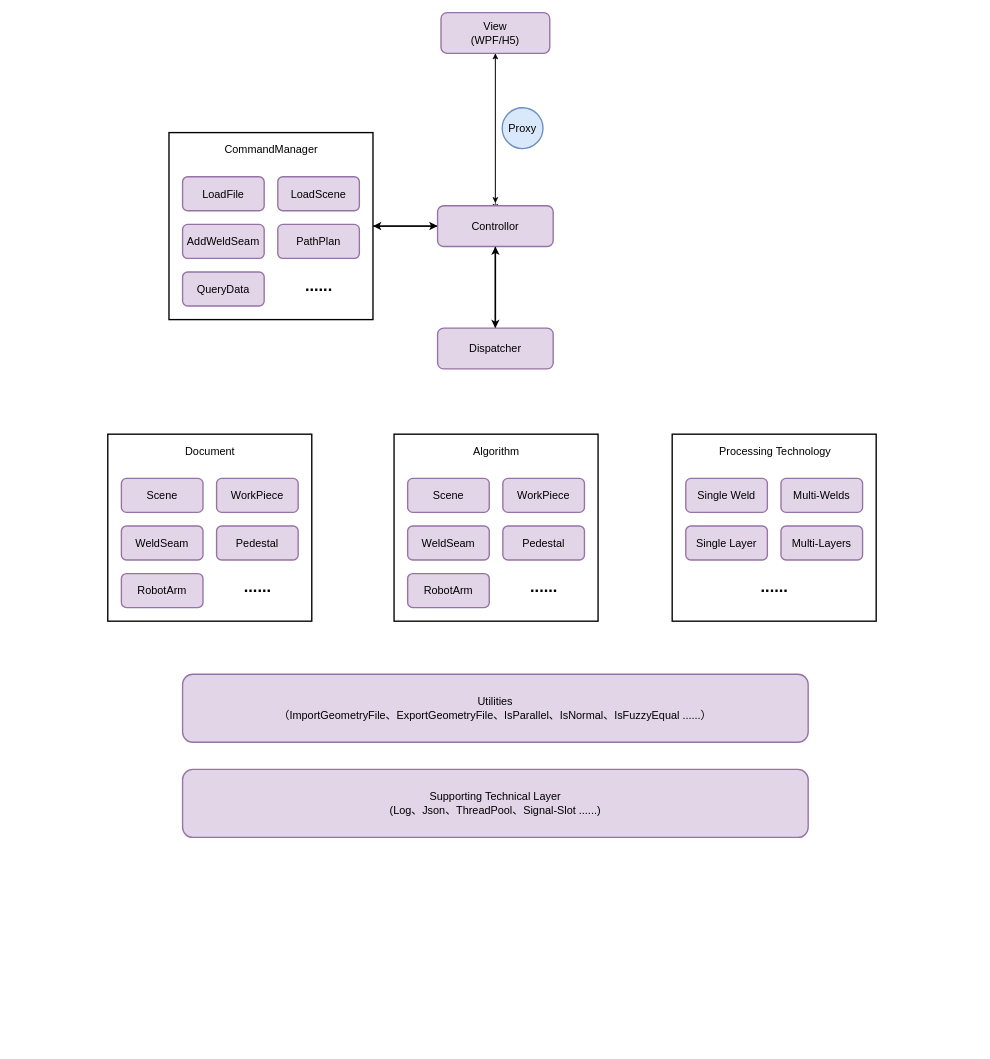
TsinHC/ebook keeps this draw.io diagram as 未命名绘图.drawio. Above is the earlier version. Source tidied: cells renumbered, new cells numbered last; positions are measured from the earlier drawing's top-left corner, leaving out a move shared by most shapes. Both pictures are drawn from the tidied source at 68%, with x=0, y=0 at pixel (107, 12).
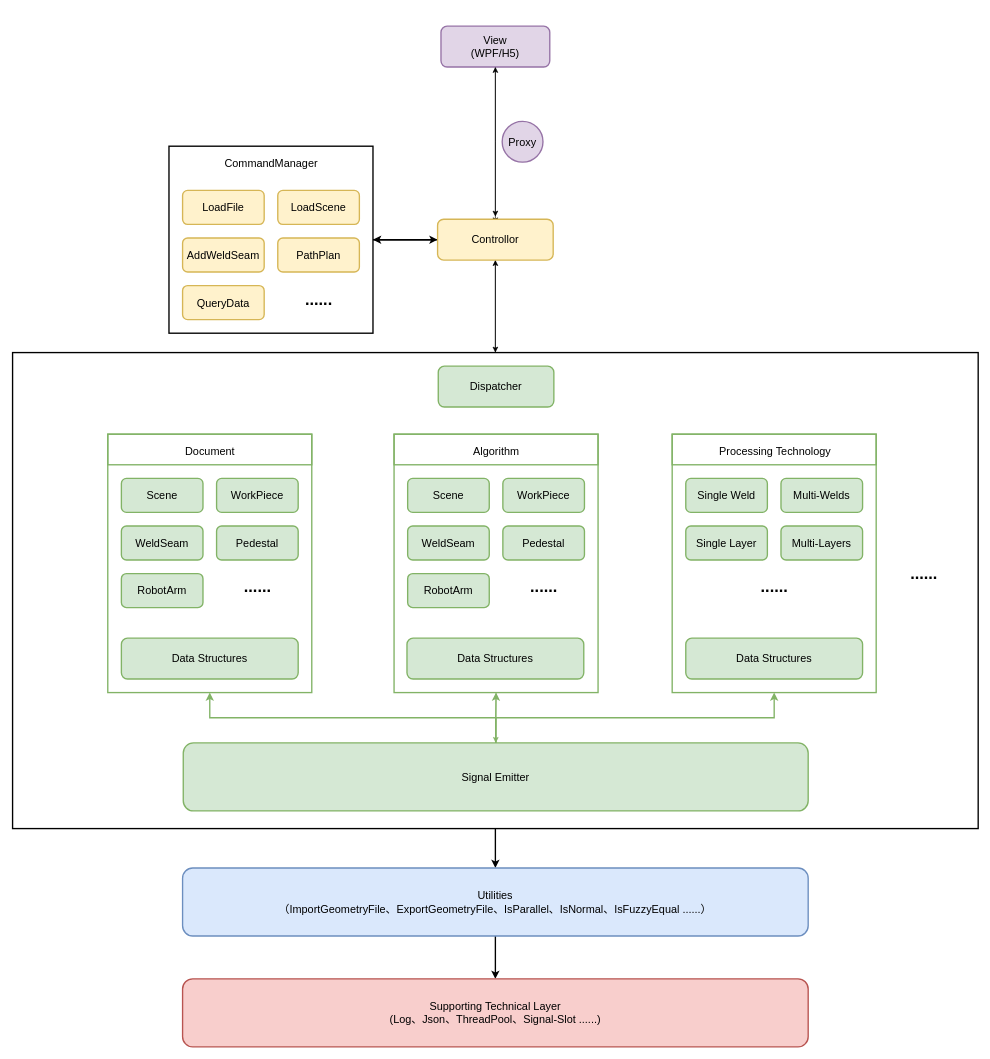
Above is the later version.

Commit message (it also covers changes not shown here):
更新未命名绘图.drawio

What changed in the source:
```diff
@@
+    <mxCell id="46" style="edgeStyle=orthogonalEdgeStyle;rounded=0;jettySize=auto;html=1;entryX=0.5;entryY=1;entryDx=0;entryDy=0;" parent="1" edge="1" source="48" target="10">
+      <mxGeometry relative="1" as="geometry" />
+    </mxCell>
+    <mxCell id="47" style="edgeStyle=orthogonalEdgeStyle;rounded=0;jettySize=auto;html=1;entryX=0.5;entryY=0;entryDx=0;entryDy=0;strokeWidth=2;" parent="1" edge="1" source="48" target="37">
+      <mxGeometry relative="1" as="geometry" />
+    </mxCell>
+    <mxCell id="48" style="rounded=0;whiteSpace=wrap;html=1;fillColor=none;strokeWidth=2;" parent="1" vertex="1">
+      <mxGeometry x="-140" y="500" width="1420" height="700" as="geometry" />
+    </mxCell>
@@
     <mxCell id="3" style="rounded=0;whiteSpace=wrap;html=1;fillColor=none;strokeWidth=2;" parent="1" vertex="1">
-      <mxGeometry x="90" y="176.5" width="300" height="275" as="geometry" />
+      <mxGeometry x="90" y="196.5" width="300" height="275" as="geometry" />
     </mxCell>
     <mxCell id="4" style="edgeStyle=orthogonalEdgeStyle;rounded=0;jettySize=auto;html=1;" parent="1" edge="1" source="5">
       <mxGeometry relative="1" as="geometry">
-        <mxPoint x="570" y="280" as="targetPoint" />
+        <mxPoint x="570" y="300" as="targetPoint" />
       </mxGeometry>
     </mxCell>
     <mxCell id="5" value="&lt;font style=&quot;font-size: 16px;&quot;&gt;View&lt;br&gt;(WPF/H5)&lt;/font&gt;" style="rounded=1;whiteSpace=wrap;html=1;fillColor=#e1d5e7;strokeColor=#9673a6;strokeWidth=2;" parent="1" vertex="1">
-      <mxGeometry x="490" width="160" height="60" as="geometry" />
+      <mxGeometry x="490" y="20" width="160" height="60" as="geometry" />
     </mxCell>
@@
-    <mxCell id="7" style="edgeStyle=orthogonalEdgeStyle;rounded=0;jettySize=auto;html=1;entryX=0.5;entryY=0;entryDx=0;entryDy=0;strokeWidth=2;" parent="1" edge="1" source="10" target="18">
-      <mxGeometry relative="1" as="geometry" />
-    </mxCell>
     <mxCell id="8" style="edgeStyle=orthogonalEdgeStyle;rounded=0;jettySize=auto;html=1;exitX=0.5;exitY=0;exitDx=0;exitDy=0;" parent="1" edge="1" source="10">
       <mxGeometry relative="1" as="geometry">
-        <mxPoint x="570" y="290" as="targetPoint" />
+        <mxPoint x="570" y="310" as="targetPoint" />
       </mxGeometry>
     </mxCell>
@@
+    <mxCell id="49" style="edgeStyle=orthogonalEdgeStyle;rounded=0;jettySize=auto;html=1;" parent="1" edge="1" source="10" target="48">
+      <mxGeometry relative="1" as="geometry" />
+    </mxCell>
-    <mxCell id="10" value="&lt;font style=&quot;&quot;&gt;&lt;font style=&quot;font-size: 16px;&quot;&gt;Controllor&lt;/font&gt;&lt;br&gt;&lt;/font&gt;" style="rounded=1;whiteSpace=wrap;html=1;fillColor=#e1d5e7;strokeColor=#9673a6;strokeWidth=2;" parent="1" vertex="1">
-      <mxGeometry x="485" y="284" width="170" height="60" as="geometry" />
+    <mxCell id="10" value="&lt;font style=&quot;&quot;&gt;&lt;font style=&quot;font-size: 16px;&quot;&gt;Controllor&lt;/font&gt;&lt;br&gt;&lt;/font&gt;" style="rounded=1;whiteSpace=wrap;html=1;fillColor=#fff2cc;strokeColor=#d6b656;strokeWidth=2;" parent="1" vertex="1">
+      <mxGeometry x="485" y="304" width="170" height="60" as="geometry" />
     </mxCell>
-    <mxCell id="11" value="&lt;font style=&quot;font-size: 16px;&quot;&gt;LoadFile&lt;/font&gt;" style="rounded=1;whiteSpace=wrap;html=1;fillColor=#e1d5e7;strokeColor=#9673a6;strokeWidth=2;" parent="1" vertex="1">
-      <mxGeometry x="110" y="241.5" width="120" height="50" as="geometry" />
+    <mxCell id="11" value="&lt;font style=&quot;font-size: 16px;&quot;&gt;LoadFile&lt;/font&gt;" style="rounded=1;whiteSpace=wrap;html=1;fillColor=#fff2cc;strokeColor=#d6b656;strokeWidth=2;" parent="1" vertex="1">
+      <mxGeometry x="110" y="261.5" width="120" height="50" as="geometry" />
     </mxCell>
-    <mxCell id="12" value="&lt;font style=&quot;font-size: 16px;&quot;&gt;LoadScene&lt;/font&gt;" style="rounded=1;whiteSpace=wrap;html=1;fillColor=#e1d5e7;strokeColor=#9673a6;strokeWidth=2;" parent="1" vertex="1">
-      <mxGeometry x="250" y="241.5" width="120" height="50" as="geometry" />
+    <mxCell id="12" value="&lt;font style=&quot;font-size: 16px;&quot;&gt;LoadScene&lt;/font&gt;" style="rounded=1;whiteSpace=wrap;html=1;fillColor=#fff2cc;strokeColor=#d6b656;strokeWidth=2;" parent="1" vertex="1">
+      <mxGeometry x="250" y="261.5" width="120" height="50" as="geometry" />
     </mxCell>
-    <mxCell id="13" value="&lt;font style=&quot;font-size: 16px;&quot;&gt;AddWeldSeam&lt;/font&gt;" style="rounded=1;whiteSpace=wrap;html=1;fillColor=#e1d5e7;strokeColor=#9673a6;strokeWidth=2;" parent="1" vertex="1">
-      <mxGeometry x="110" y="311.5" width="120" height="50" as="geometry" />
+    <mxCell id="13" value="&lt;font style=&quot;font-size: 16px;&quot;&gt;AddWeldSeam&lt;/font&gt;" style="rounded=1;whiteSpace=wrap;html=1;fillColor=#fff2cc;strokeColor=#d6b656;strokeWidth=2;" parent="1" vertex="1">
+      <mxGeometry x="110" y="331.5" width="120" height="50" as="geometry" />
     </mxCell>
-    <mxCell id="14" value="&lt;font style=&quot;font-size: 16px;&quot;&gt;PathPlan&lt;/font&gt;" style="rounded=1;whiteSpace=wrap;html=1;fillColor=#e1d5e7;strokeColor=#9673a6;strokeWidth=2;" parent="1" vertex="1">
-      <mxGeometry x="250" y="311.5" width="120" height="50" as="geometry" />
+    <mxCell id="14" value="&lt;font style=&quot;font-size: 16px;&quot;&gt;PathPlan&lt;/font&gt;" style="rounded=1;whiteSpace=wrap;html=1;fillColor=#fff2cc;strokeColor=#d6b656;strokeWidth=2;" parent="1" vertex="1">
+      <mxGeometry x="250" y="331.5" width="120" height="50" as="geometry" />
     </mxCell>
-    <mxCell id="15" value="&lt;font style=&quot;font-size: 16px;&quot;&gt;QueryData&lt;/font&gt;" style="rounded=1;whiteSpace=wrap;html=1;fillColor=#e1d5e7;strokeColor=#9673a6;strokeWidth=2;" parent="1" vertex="1">
-      <mxGeometry x="110" y="381.5" width="120" height="50" as="geometry" />
+    <mxCell id="15" value="&lt;font style=&quot;font-size: 16px;&quot;&gt;QueryData&lt;/font&gt;" style="rounded=1;whiteSpace=wrap;html=1;fillColor=#fff2cc;strokeColor=#d6b656;strokeWidth=2;" parent="1" vertex="1">
+      <mxGeometry x="110" y="401.5" width="120" height="50" as="geometry" />
     </mxCell>
     <mxCell id="16" value="......" style="text;strokeColor=none;fillColor=none;html=1;fontSize=24;fontStyle=1;verticalAlign=middle;align=center;strokeWidth=2;" parent="1" vertex="1">
-      <mxGeometry x="260" y="381.5" width="100" height="40" as="geometry" />
+      <mxGeometry x="260" y="401.5" width="100" height="40" as="geometry" />
     </mxCell>
-    <mxCell id="17" style="edgeStyle=orthogonalEdgeStyle;rounded=0;jettySize=auto;html=1;exitX=0.5;exitY=0;exitDx=0;exitDy=0;entryX=0.5;entryY=1;entryDx=0;entryDy=0;strokeWidth=2;" parent="1" edge="1" source="18" target="10">
-      <mxGeometry relative="1" as="geometry" />
-    </mxCell>
-    <mxCell id="18" value="&lt;font style=&quot;font-size: 16px;&quot;&gt;Dispatcher&lt;/font&gt;" style="rounded=1;whiteSpace=wrap;html=1;fillColor=#e1d5e7;strokeColor=#9673a6;strokeWidth=2;" parent="1" vertex="1">
-      <mxGeometry x="485" y="464" width="170" height="60" as="geometry" />
+    <mxCell id="18" value="&lt;font style=&quot;font-size: 16px;&quot;&gt;Dispatcher&lt;/font&gt;" style="rounded=1;whiteSpace=wrap;html=1;fillColor=#d5e8d4;strokeColor=#82b366;strokeWidth=2;" parent="1" vertex="1">
+      <mxGeometry x="486" y="520" width="170" height="60" as="geometry" />
     </mxCell>
     <mxCell id="19" value="&lt;span style=&quot;font-weight: normal;&quot;&gt;&lt;font style=&quot;font-size: 16px;&quot;&gt;CommandManager&lt;/font&gt;&lt;/span&gt;" style="text;strokeColor=none;fillColor=none;html=1;fontSize=24;fontStyle=1;verticalAlign=middle;align=center;strokeWidth=2;" parent="1" vertex="1">
-      <mxGeometry x="90" y="176.5" width="300" height="45" as="geometry" />
+      <mxGeometry x="90" y="196.5" width="300" height="45" as="geometry" />
     </mxCell>
-    <mxCell id="20" value="&lt;font style=&quot;font-size: 16px;&quot;&gt;Proxy&lt;/font&gt;" style="ellipse;whiteSpace=wrap;html=1;fillColor=#dae8fc;strokeColor=#6c8ebf;strokeWidth=2;" parent="1" vertex="1">
-      <mxGeometry x="580" y="140" width="60" height="60" as="geometry" />
+    <mxCell id="20" value="&lt;font style=&quot;font-size: 16px;&quot;&gt;Proxy&lt;/font&gt;" style="ellipse;whiteSpace=wrap;html=1;fillColor=#e1d5e7;strokeColor=#9673a6;strokeWidth=2;" parent="1" vertex="1">
+      <mxGeometry x="580" y="160" width="60" height="60" as="geometry" />
     </mxCell>
-    <mxCell id="21" style="rounded=0;whiteSpace=wrap;html=1;fillColor=none;strokeWidth=2;" parent="1" vertex="1">
-      <mxGeometry y="620" width="300" height="275" as="geometry" />
+    <mxCell id="21" style="rounded=0;whiteSpace=wrap;html=1;fillColor=none;strokeWidth=2;strokeColor=#82b366;" parent="1" vertex="1">
+      <mxGeometry y="620" width="300" height="380" as="geometry" />
     </mxCell>
-    <mxCell id="22" value="&lt;font style=&quot;font-size: 16px;&quot;&gt;Scene&lt;/font&gt;" style="rounded=1;whiteSpace=wrap;html=1;fillColor=#e1d5e7;strokeColor=#9673a6;strokeWidth=2;" parent="1" vertex="1">
+    <mxCell id="22" value="&lt;font style=&quot;font-size: 16px;&quot;&gt;Scene&lt;/font&gt;" style="rounded=1;whiteSpace=wrap;html=1;fillColor=#d5e8d4;strokeColor=#82b366;strokeWidth=2;" parent="1" vertex="1">
       <mxGeometry x="20" y="685" width="120" height="50" as="geometry" />
     </mxCell>
-    <mxCell id="23" value="&lt;font style=&quot;font-size: 16px;&quot;&gt;WorkPiece&lt;/font&gt;" style="rounded=1;whiteSpace=wrap;html=1;fillColor=#e1d5e7;strokeColor=#9673a6;strokeWidth=2;" parent="1" vertex="1">
+    <mxCell id="23" value="&lt;font style=&quot;font-size: 16px;&quot;&gt;WorkPiece&lt;/font&gt;" style="rounded=1;whiteSpace=wrap;html=1;fillColor=#d5e8d4;strokeColor=#82b366;strokeWidth=2;" parent="1" vertex="1">
       <mxGeometry x="160" y="685" width="120" height="50" as="geometry" />
     </mxCell>
-    <mxCell id="24" value="&lt;font style=&quot;font-size: 16px;&quot;&gt;WeldSeam&lt;/font&gt;" style="rounded=1;whiteSpace=wrap;html=1;fillColor=#e1d5e7;strokeColor=#9673a6;strokeWidth=2;" parent="1" vertex="1">
+    <mxCell id="24" value="&lt;font style=&quot;font-size: 16px;&quot;&gt;WeldSeam&lt;/font&gt;" style="rounded=1;whiteSpace=wrap;html=1;fillColor=#d5e8d4;strokeColor=#82b366;strokeWidth=2;" parent="1" vertex="1">
       <mxGeometry x="20" y="755" width="120" height="50" as="geometry" />
     </mxCell>
-    <mxCell id="25" value="&lt;font style=&quot;font-size: 16px;&quot;&gt;Pedestal&lt;/font&gt;" style="rounded=1;whiteSpace=wrap;html=1;fillColor=#e1d5e7;strokeColor=#9673a6;strokeWidth=2;" parent="1" vertex="1">
+    <mxCell id="25" value="&lt;font style=&quot;font-size: 16px;&quot;&gt;Pedestal&lt;/font&gt;" style="rounded=1;whiteSpace=wrap;html=1;fillColor=#d5e8d4;strokeColor=#82b366;strokeWidth=2;" parent="1" vertex="1">
       <mxGeometry x="160" y="755" width="120" height="50" as="geometry" />
     </mxCell>
-    <mxCell id="26" value="&lt;font style=&quot;font-size: 16px;&quot;&gt;RobotArm&lt;/font&gt;" style="rounded=1;whiteSpace=wrap;html=1;fillColor=#e1d5e7;strokeColor=#9673a6;strokeWidth=2;" parent="1" vertex="1">
+    <mxCell id="26" value="&lt;font style=&quot;font-size: 16px;&quot;&gt;RobotArm&lt;/font&gt;" style="rounded=1;whiteSpace=wrap;html=1;fillColor=#d5e8d4;strokeColor=#82b366;strokeWidth=2;" parent="1" vertex="1">
       <mxGeometry x="20" y="825" width="120" height="50" as="geometry" />
     </mxCell>
@@
-    <mxCell id="28" value="&lt;span style=&quot;font-weight: normal;&quot;&gt;&lt;font style=&quot;font-size: 16px;&quot;&gt;Document&lt;/font&gt;&lt;/span&gt;" style="text;strokeColor=none;fillColor=none;html=1;fontSize=24;fontStyle=1;verticalAlign=middle;align=center;strokeWidth=2;" parent="1" vertex="1">
+    <mxCell id="28" value="&lt;span style=&quot;font-weight: normal;&quot;&gt;&lt;font style=&quot;font-size: 16px;&quot;&gt;Document&lt;/font&gt;&lt;/span&gt;" style="text;strokeColor=#82b366;fillColor=none;html=1;fontSize=24;fontStyle=1;verticalAlign=middle;align=center;strokeWidth=2;" parent="1" vertex="1">
       <mxGeometry y="620" width="300" height="45" as="geometry" />
     </mxCell>
+    <mxCell id="50" style="edgeStyle=orthogonalEdgeStyle;rounded=0;jettySize=auto;html=1;entryX=0.5;entryY=0;entryDx=0;entryDy=0;fillColor=#d5e8d4;strokeColor=#82b366;" parent="1" edge="1" source="29" target="58">
+      <mxGeometry relative="1" as="geometry" />
+    </mxCell>
-    <mxCell id="29" style="rounded=0;whiteSpace=wrap;html=1;fillColor=none;strokeWidth=2;" parent="1" vertex="1">
-      <mxGeometry x="421" y="620" width="300" height="275" as="geometry" />
+    <mxCell id="29" style="rounded=0;whiteSpace=wrap;html=1;fillColor=none;strokeWidth=2;strokeColor=#82b366;" parent="1" vertex="1">
+      <mxGeometry x="421" y="620" width="300" height="380" as="geometry" />
     </mxCell>
-    <mxCell id="30" value="&lt;font style=&quot;font-size: 16px;&quot;&gt;Scene&lt;/font&gt;" style="rounded=1;whiteSpace=wrap;html=1;fillColor=#e1d5e7;strokeColor=#9673a6;strokeWidth=2;" parent="1" vertex="1">
+    <mxCell id="30" value="&lt;font style=&quot;font-size: 16px;&quot;&gt;Scene&lt;/font&gt;" style="rounded=1;whiteSpace=wrap;html=1;fillColor=#d5e8d4;strokeColor=#82b366;strokeWidth=2;" parent="1" vertex="1">
       <mxGeometry x="441" y="685" width="120" height="50" as="geometry" />
     </mxCell>
-    <mxCell id="31" value="&lt;font style=&quot;font-size: 16px;&quot;&gt;WorkPiece&lt;/font&gt;" style="rounded=1;whiteSpace=wrap;html=1;fillColor=#e1d5e7;strokeColor=#9673a6;strokeWidth=2;" parent="1" vertex="1">
+    <mxCell id="31" value="&lt;font style=&quot;font-size: 16px;&quot;&gt;WorkPiece&lt;/font&gt;" style="rounded=1;whiteSpace=wrap;html=1;fillColor=#d5e8d4;strokeColor=#82b366;strokeWidth=2;" parent="1" vertex="1">
       <mxGeometry x="581" y="685" width="120" height="50" as="geometry" />
     </mxCell>
-    <mxCell id="32" value="&lt;font style=&quot;font-size: 16px;&quot;&gt;WeldSeam&lt;/font&gt;" style="rounded=1;whiteSpace=wrap;html=1;fillColor=#e1d5e7;strokeColor=#9673a6;strokeWidth=2;" parent="1" vertex="1">
+    <mxCell id="32" value="&lt;font style=&quot;font-size: 16px;&quot;&gt;WeldSeam&lt;/font&gt;" style="rounded=1;whiteSpace=wrap;html=1;fillColor=#d5e8d4;strokeColor=#82b366;strokeWidth=2;" parent="1" vertex="1">
       <mxGeometry x="441" y="755" width="120" height="50" as="geometry" />
     </mxCell>
-    <mxCell id="33" value="&lt;font style=&quot;font-size: 16px;&quot;&gt;Pedestal&lt;/font&gt;" style="rounded=1;whiteSpace=wrap;html=1;fillColor=#e1d5e7;strokeColor=#9673a6;strokeWidth=2;" parent="1" vertex="1">
+    <mxCell id="33" value="&lt;font style=&quot;font-size: 16px;&quot;&gt;Pedestal&lt;/font&gt;" style="rounded=1;whiteSpace=wrap;html=1;fillColor=#d5e8d4;strokeColor=#82b366;strokeWidth=2;" parent="1" vertex="1">
       <mxGeometry x="581" y="755" width="120" height="50" as="geometry" />
     </mxCell>
-    <mxCell id="34" value="&lt;font style=&quot;font-size: 16px;&quot;&gt;RobotArm&lt;/font&gt;" style="rounded=1;whiteSpace=wrap;html=1;fillColor=#e1d5e7;strokeColor=#9673a6;strokeWidth=2;" parent="1" vertex="1">
+    <mxCell id="34" value="&lt;font style=&quot;font-size: 16px;&quot;&gt;RobotArm&lt;/font&gt;" style="rounded=1;whiteSpace=wrap;html=1;fillColor=#d5e8d4;strokeColor=#82b366;strokeWidth=2;" parent="1" vertex="1">
       <mxGeometry x="441" y="825" width="120" height="50" as="geometry" />
     </mxCell>
@@
-    <mxCell id="36" value="&lt;span style=&quot;font-weight: normal;&quot;&gt;&lt;font style=&quot;font-size: 16px;&quot;&gt;Algorithm&lt;/font&gt;&lt;/span&gt;" style="text;strokeColor=none;fillColor=none;html=1;fontSize=24;fontStyle=1;verticalAlign=middle;align=center;strokeWidth=2;" parent="1" vertex="1">
+    <mxCell id="36" value="&lt;span style=&quot;font-weight: normal;&quot;&gt;&lt;font style=&quot;font-size: 16px;&quot;&gt;Algorithm&lt;/font&gt;&lt;/span&gt;" style="text;strokeColor=#82b366;fillColor=none;html=1;fontSize=24;fontStyle=1;verticalAlign=middle;align=center;strokeWidth=2;" parent="1" vertex="1">
       <mxGeometry x="421" y="620" width="300" height="45" as="geometry" />
     </mxCell>
+    <mxCell id="51" style="edgeStyle=orthogonalEdgeStyle;rounded=0;jettySize=auto;html=1;entryX=0.5;entryY=0;entryDx=0;entryDy=0;strokeWidth=2;" parent="1" edge="1" source="37" target="38">
+      <mxGeometry relative="1" as="geometry" />
+    </mxCell>
-    <mxCell id="37" value="&lt;font style=&quot;font-size: 16px;&quot;&gt;Utilities&lt;br&gt;（ImportGeometryFile、ExportGeometryFile、IsParallel、IsNormal、IsFuzzyEqual ......）&lt;/font&gt;" style="rounded=1;whiteSpace=wrap;html=1;fillColor=#e1d5e7;strokeColor=#9673a6;strokeWidth=2;" parent="1" vertex="1">
-      <mxGeometry x="110" y="973" width="920" height="100" as="geometry" />
+    <mxCell id="37" value="&lt;font style=&quot;font-size: 16px;&quot;&gt;Utilities&lt;br&gt;（ImportGeometryFile、ExportGeometryFile、IsParallel、IsNormal、IsFuzzyEqual ......）&lt;/font&gt;" style="rounded=1;whiteSpace=wrap;html=1;fillColor=#dae8fc;strokeColor=#6c8ebf;strokeWidth=2;" parent="1" vertex="1">
+      <mxGeometry x="110" y="1258" width="920" height="100" as="geometry" />
     </mxCell>
-    <mxCell id="38" value="&lt;font style=&quot;font-size: 16px;&quot;&gt;Supporting Technical Layer&lt;br&gt;(Log、Json、ThreadPool、Signal-Slot ......)&lt;br&gt;&lt;/font&gt;" style="rounded=1;whiteSpace=wrap;html=1;fillColor=#e1d5e7;strokeColor=#9673a6;strokeWidth=2;" parent="1" vertex="1">
-      <mxGeometry x="110" y="1113" width="920" height="100" as="geometry" />
+    <mxCell id="38" value="&lt;font style=&quot;font-size: 16px;&quot;&gt;Supporting Technical Layer&lt;br&gt;(Log、Json、ThreadPool、Signal-Slot ......)&lt;br&gt;&lt;/font&gt;" style="rounded=1;whiteSpace=wrap;html=1;fillColor=#f8cecc;strokeColor=#b85450;strokeWidth=2;" parent="1" vertex="1">
+      <mxGeometry x="110" y="1421" width="920" height="100" as="geometry" />
     </mxCell>
-    <mxCell id="39" style="rounded=0;whiteSpace=wrap;html=1;fillColor=none;strokeWidth=2;" parent="1" vertex="1">
-      <mxGeometry x="830" y="620" width="300" height="275" as="geometry" />
+    <mxCell id="39" style="rounded=0;whiteSpace=wrap;html=1;fillColor=none;strokeWidth=2;strokeColor=#82b366;" parent="1" vertex="1">
+      <mxGeometry x="830" y="620" width="300" height="380" as="geometry" />
     </mxCell>
-    <mxCell id="40" value="&lt;font style=&quot;font-size: 16px;&quot;&gt;Single Weld&lt;/font&gt;" style="rounded=1;whiteSpace=wrap;html=1;fillColor=#e1d5e7;strokeColor=#9673a6;strokeWidth=2;" parent="1" vertex="1">
+    <mxCell id="40" value="&lt;font style=&quot;font-size: 16px;&quot;&gt;Single Weld&lt;/font&gt;" style="rounded=1;whiteSpace=wrap;html=1;fillColor=#d5e8d4;strokeColor=#82b366;strokeWidth=2;" parent="1" vertex="1">
       <mxGeometry x="850" y="685" width="120" height="50" as="geometry" />
     </mxCell>
-    <mxCell id="41" value="&lt;font style=&quot;font-size: 16px;&quot;&gt;Multi-Welds&lt;/font&gt;" style="rounded=1;whiteSpace=wrap;html=1;fillColor=#e1d5e7;strokeColor=#9673a6;strokeWidth=2;" parent="1" vertex="1">
+    <mxCell id="41" value="&lt;font style=&quot;font-size: 16px;&quot;&gt;Multi-Welds&lt;/font&gt;" style="rounded=1;whiteSpace=wrap;html=1;fillColor=#d5e8d4;strokeColor=#82b366;strokeWidth=2;" parent="1" vertex="1">
       <mxGeometry x="990" y="685" width="120" height="50" as="geometry" />
     </mxCell>
-    <mxCell id="42" value="&lt;font style=&quot;font-size: 16px;&quot;&gt;Single Layer&lt;/font&gt;" style="rounded=1;whiteSpace=wrap;html=1;fillColor=#e1d5e7;strokeColor=#9673a6;strokeWidth=2;" parent="1" vertex="1">
+    <mxCell id="42" value="&lt;font style=&quot;font-size: 16px;&quot;&gt;Single Layer&lt;/font&gt;" style="rounded=1;whiteSpace=wrap;html=1;fillColor=#d5e8d4;strokeColor=#82b366;strokeWidth=2;" parent="1" vertex="1">
       <mxGeometry x="850" y="755" width="120" height="50" as="geometry" />
     </mxCell>
-    <mxCell id="43" value="&lt;font style=&quot;font-size: 16px;&quot;&gt;Multi-Layers&lt;/font&gt;" style="rounded=1;whiteSpace=wrap;html=1;fillColor=#e1d5e7;strokeColor=#9673a6;strokeWidth=2;" parent="1" vertex="1">
+    <mxCell id="43" value="&lt;font style=&quot;font-size: 16px;&quot;&gt;Multi-Layers&lt;/font&gt;" style="rounded=1;whiteSpace=wrap;html=1;fillColor=#d5e8d4;strokeColor=#82b366;strokeWidth=2;" parent="1" vertex="1">
       <mxGeometry x="990" y="755" width="120" height="50" as="geometry" />
     </mxCell>
@@
-    <mxCell id="45" value="&lt;a style=&quot;margin: 0px 0px 0px 2px; padding: 0px; cursor: pointer; outline: none; font-family: Gilroy; font-size: 16px; text-align: left; background-color: rgb(255, 255, 255); font-weight: normal;&quot; class=&quot;point&quot; data-v-d80c723c=&quot;&quot; data-v-61ce6cc7=&quot;&quot;&gt;Processing Technology&lt;/a&gt;" style="text;strokeColor=none;fillColor=none;html=1;fontSize=24;fontStyle=1;verticalAlign=middle;align=center;strokeWidth=2;" parent="1" vertex="1">
+    <mxCell id="45" value="&lt;a style=&quot;margin: 0px 0px 0px 2px; padding: 0px; cursor: pointer; outline: none; font-family: Gilroy; font-size: 16px; text-align: left; background-color: rgb(255, 255, 255); font-weight: normal;&quot; class=&quot;point&quot; data-v-d80c723c=&quot;&quot; data-v-61ce6cc7=&quot;&quot;&gt;Processing Technology&lt;/a&gt;" style="text;strokeColor=#82b366;fillColor=none;html=1;fontSize=24;fontStyle=1;verticalAlign=middle;align=center;strokeWidth=2;" parent="1" vertex="1">
       <mxGeometry x="830" y="620" width="300" height="45" as="geometry" />
     </mxCell>
+    <mxCell id="52" value="&lt;font style=&quot;font-size: 16px;&quot;&gt;Data Structures&lt;/font&gt;" style="rounded=1;whiteSpace=wrap;html=1;fillColor=#d5e8d4;strokeColor=#82b366;strokeWidth=2;" parent="1" vertex="1">
+      <mxGeometry x="20" y="920" width="260" height="60" as="geometry" />
+    </mxCell>
+    <mxCell id="53" value="&lt;font style=&quot;font-size: 16px;&quot;&gt;Data Structures&lt;/font&gt;" style="rounded=1;whiteSpace=wrap;html=1;fillColor=#d5e8d4;strokeColor=#82b366;strokeWidth=2;" parent="1" vertex="1">
+      <mxGeometry x="440" y="920" width="260" height="60" as="geometry" />
+    </mxCell>
+    <mxCell id="54" value="&lt;font style=&quot;font-size: 16px;&quot;&gt;Data Structures&lt;/font&gt;" style="rounded=1;whiteSpace=wrap;html=1;fillColor=#d5e8d4;strokeColor=#82b366;strokeWidth=2;" parent="1" vertex="1">
+      <mxGeometry x="850" y="920" width="260" height="60" as="geometry" />
+    </mxCell>
+    <mxCell id="55" style="edgeStyle=orthogonalEdgeStyle;rounded=0;jettySize=auto;html=1;entryX=0.5;entryY=1;entryDx=0;entryDy=0;strokeWidth=2;fillColor=#d5e8d4;strokeColor=#82b366;" parent="1" edge="1" source="58" target="29">
+      <mxGeometry relative="1" as="geometry" />
+    </mxCell>
+    <mxCell id="56" style="edgeStyle=orthogonalEdgeStyle;rounded=0;jettySize=auto;html=1;entryX=0.5;entryY=1;entryDx=0;entryDy=0;strokeWidth=2;fillColor=#d5e8d4;strokeColor=#82b366;" parent="1" edge="1" source="58" target="39">
+      <mxGeometry relative="1" as="geometry" />
+    </mxCell>
+    <mxCell id="57" style="edgeStyle=orthogonalEdgeStyle;rounded=0;jettySize=auto;html=1;entryX=0.5;entryY=1;entryDx=0;entryDy=0;strokeWidth=2;fillColor=#d5e8d4;strokeColor=#82b366;" parent="1" edge="1" source="58" target="21">
+      <mxGeometry relative="1" as="geometry" />
+    </mxCell>
+    <mxCell id="58" value="&lt;span style=&quot;font-size: 16px;&quot;&gt;Signal Emitter&lt;/span&gt;" style="rounded=1;whiteSpace=wrap;html=1;fillColor=#d5e8d4;strokeColor=#82b366;strokeWidth=2;" parent="1" vertex="1">
+      <mxGeometry x="111" y="1074" width="919" height="100" as="geometry" />
+    </mxCell>
+    <mxCell id="59" value="......" style="text;strokeColor=none;fillColor=none;html=1;fontSize=24;fontStyle=1;verticalAlign=middle;align=center;strokeWidth=2;" parent="1" vertex="1">
+      <mxGeometry x="1130" y="805" width="140" height="40" as="geometry" />
+    </mxCell>
```
